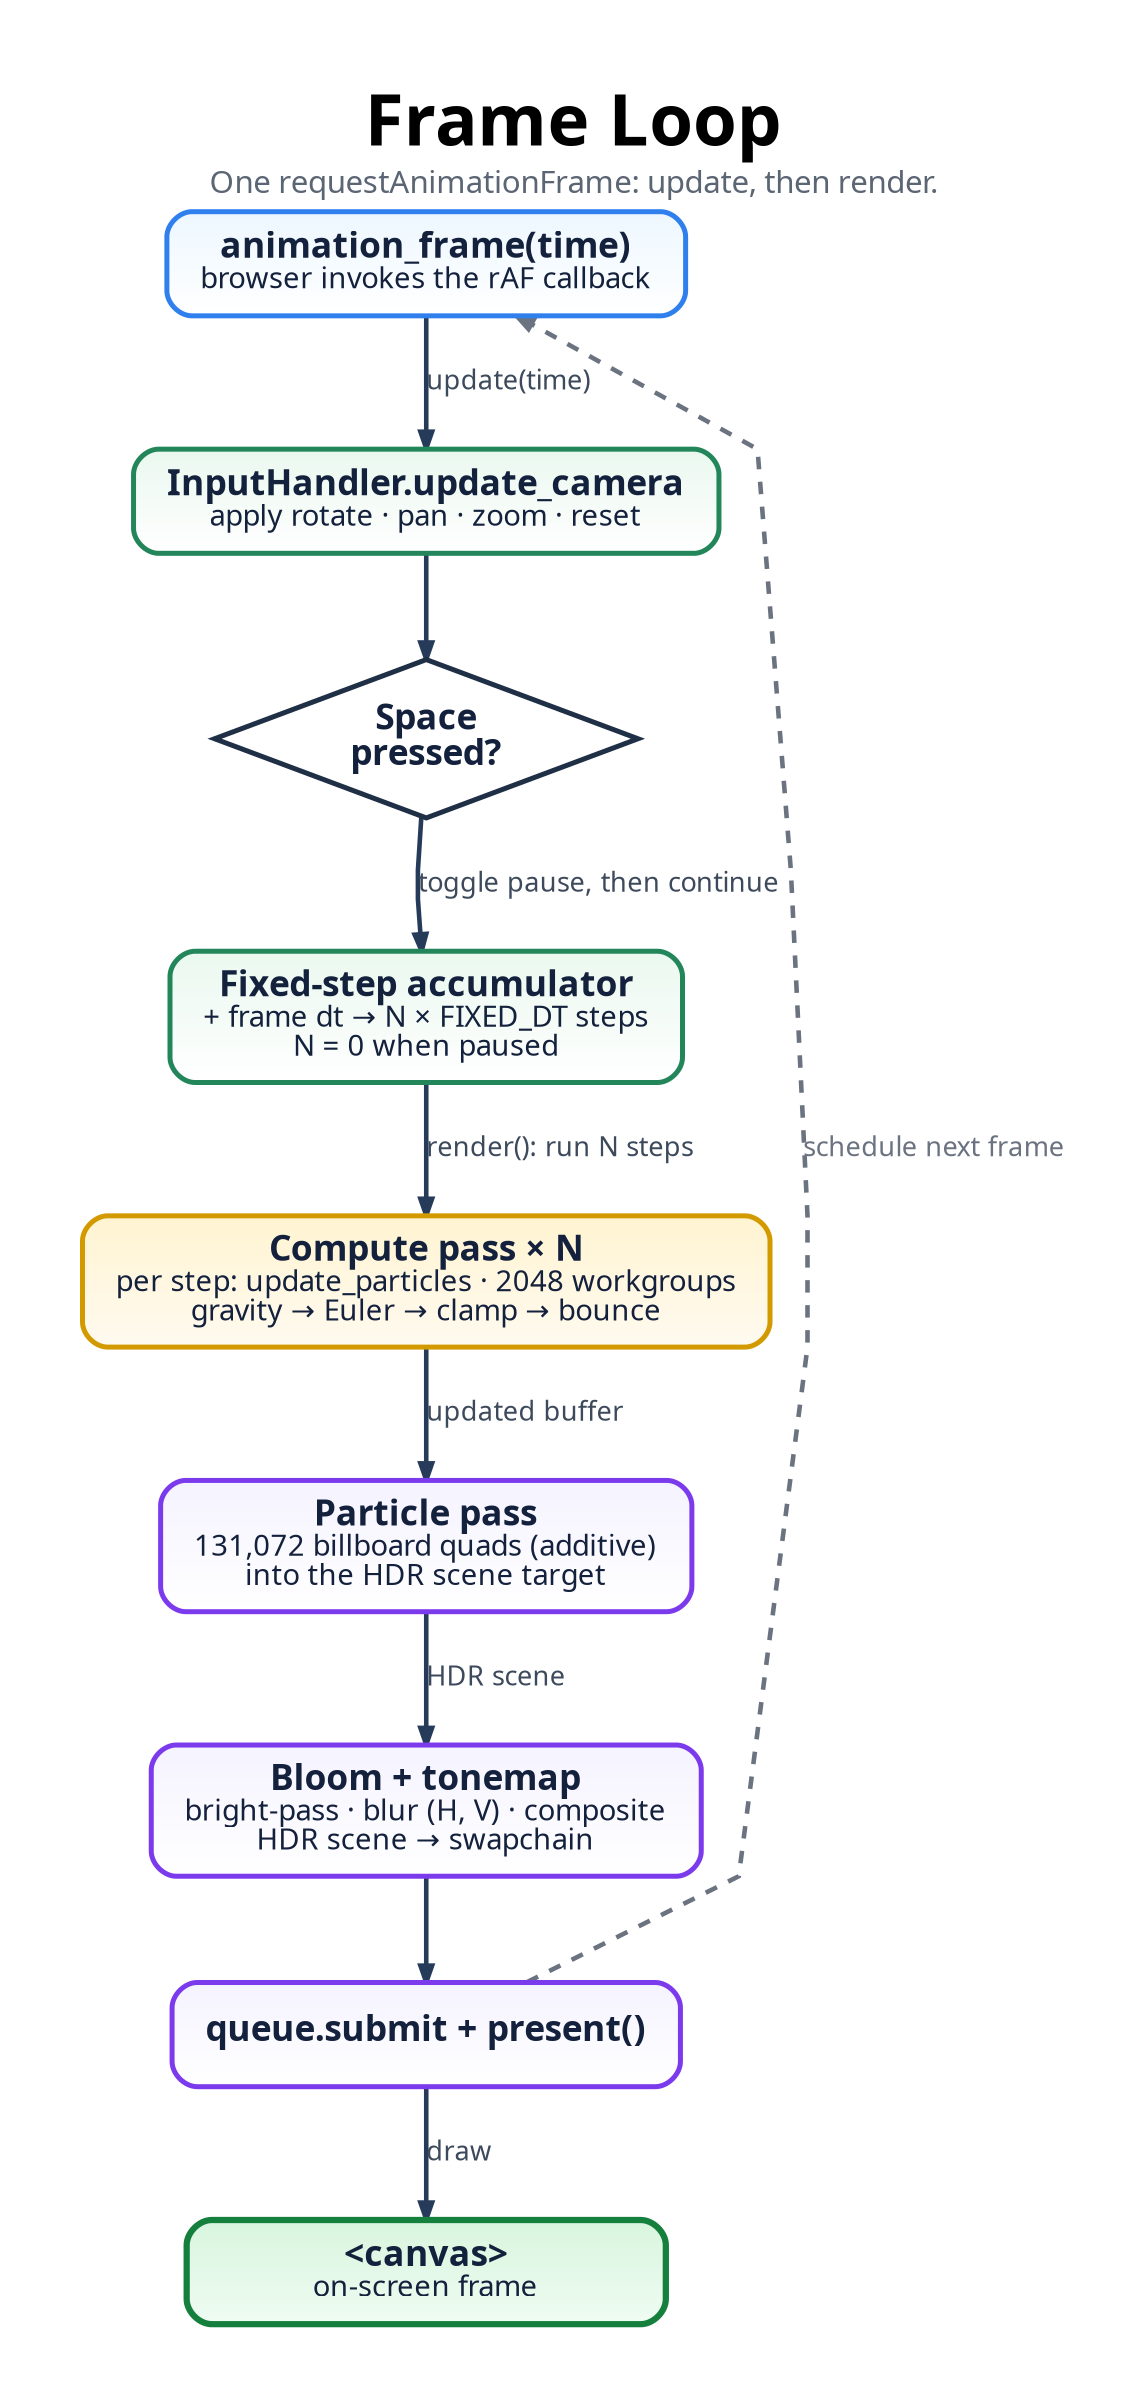
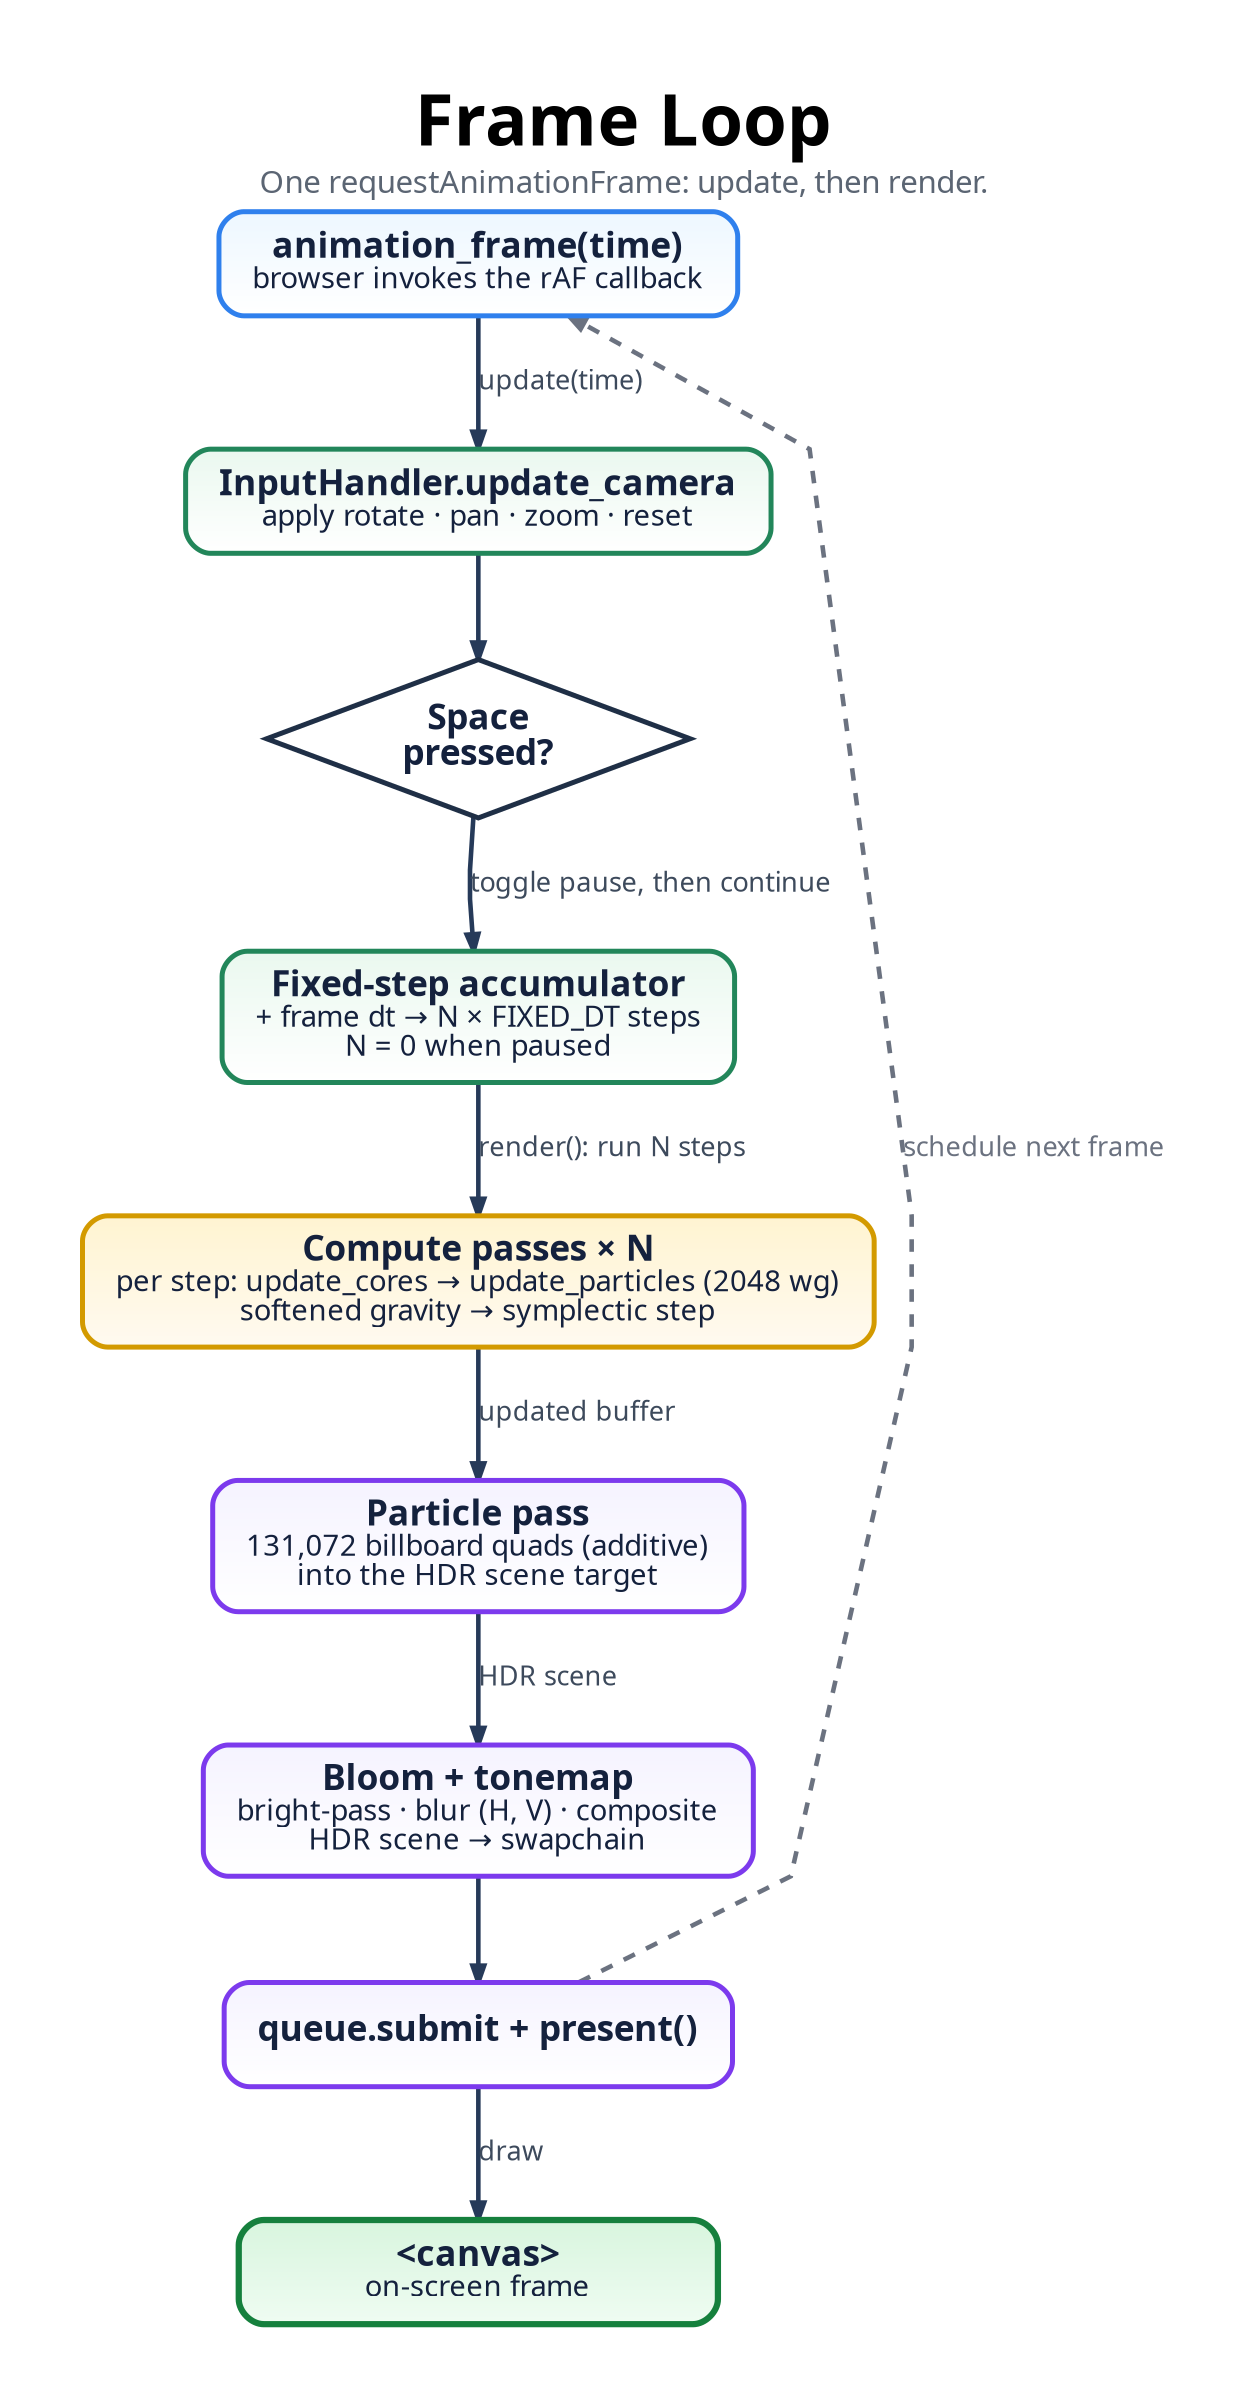
digraph FrameLoop {
  graph [
    rankdir=TB,
    bgcolor="#ffffff",
    pad="0.55",
    nodesep="0.5",
    ranksep="0.7",
    splines=polyline,
    outputorder=edgesfirst,
    newrank=true,
    forcelabels=true,
    fontname="Avenir",
    label=<
      <TABLE BORDER="0" CELLBORDER="0" CELLSPACING="0" CELLPADDING="0">
        <TR><TD><FONT POINT-SIZE="34"><B>Frame Loop</B></FONT></TD></TR>
        <TR><TD><FONT POINT-SIZE="15" COLOR="#5b6573">One requestAnimationFrame: update, then render.</FONT></TD></TR>
      </TABLE>
    >,
    labelloc=t,
    labeljust=c
  ];

  node [
    shape=box,
    style="rounded,filled",
    margin="0.22,0.13",
    width=3.2,
    height=0.7,
    fontname="Avenir",
    fontsize=17,
    penwidth=2.4,
    fontcolor="#14213d",
    color="#2264c7",
    fillcolor="#eaf3ff:#ffffff",
    gradientangle=270
  ];

  edge [
    color="#263a59",
    fontname="Avenir",
    fontsize=13,
    fontcolor="#3d4a5c",
    penwidth=2.2,
    arrowsize=0.8
  ];

  START [label=<<B>animation_frame(time)</B><BR/><FONT POINT-SIZE="14">browser invokes the rAF callback</FONT>>, fillcolor="#edf7ff:#ffffff", color="#2f80ed"];

  // update phase (green)
  U1 [label=<<B>InputHandler.update_camera</B><BR/><FONT POINT-SIZE="14">apply rotate · pan · zoom · reset</FONT>>, fillcolor="#eaf8ef:#ffffff", color="#22865a"];
  U2 [shape=diamond, style=filled, fillcolor="#ffffff", color="#1f2f46", penwidth=2.4, width=2.4, height=1.05, label=<<B>Space<BR/>pressed?</B>>];
  U3 [label=<<B>Fixed-step accumulator</B><BR/><FONT POINT-SIZE="14">+ frame dt → N × FIXED_DT steps<BR/>N = 0 when paused</FONT>>, fillcolor="#eaf8ef:#ffffff", color="#22865a"];

  // render phase
-   CP [label=<<B>Compute pass × N</B><BR/><FONT POINT-SIZE="14">per step: update_particles · 2048 workgroups<BR/>gravity → Euler → clamp → bounce</FONT>>, fillcolor="#fff4d1:#fffaf0", color="#d39a00"];
+   CP [label=<<B>Compute passes × N</B><BR/><FONT POINT-SIZE="14">per step: update_cores → update_particles (2048 wg)<BR/>softened gravity → symplectic step</FONT>>, fillcolor="#fff4d1:#fffaf0", color="#d39a00"];
  RP [label=<<B>Particle pass</B><BR/><FONT POINT-SIZE="14">131,072 billboard quads (additive)<BR/>into the HDR scene target</FONT>>, fillcolor="#f5f3ff:#ffffff", color="#7c3aed"];
  BLOOM [label=<<B>Bloom + tonemap</B><BR/><FONT POINT-SIZE="14">bright-pass · blur (H, V) · composite<BR/>HDR scene → swapchain</FONT>>, fillcolor="#f5f3ff:#ffffff", color="#7c3aed"];
  PRES [label=<<B>queue.submit + present()</B>>, fillcolor="#f5f3ff:#ffffff", color="#7c3aed"];

  CANVAS [label=<<B>&lt;canvas&gt;</B><BR/><FONT POINT-SIZE="14">on-screen frame</FONT>>, fillcolor="#d8f5de:#effcf2", color="#15803d", penwidth=3.0];

  START -> U1 [label="update(time)"];
  U1 -> U2;
  U2 -> U3 [label="toggle pause, then continue"];
  U3 -> CP [label="render(): run N steps"];
  CP -> RP [label="updated buffer"];
  RP -> BLOOM [label="HDR scene"];
  BLOOM -> PRES;
  PRES -> CANVAS [label="draw"];

  PRES -> START [label="schedule next frame", color="#6b7280", fontcolor="#6b7280", style=dashed, constraint=false];
}
